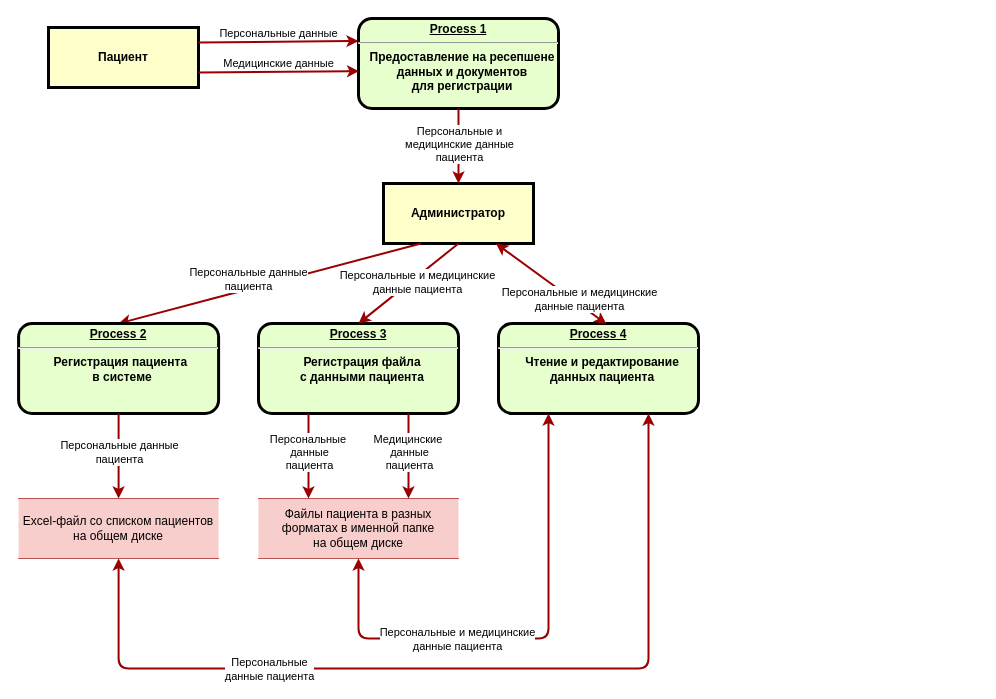
Above: Task1/1.1.Учет-пациентов.drawio in maxoness/architecture-medikamente (draw.io), before the change. Source tidied: cells renumbered, new cells numbered last; positions are measured from the earlier drawing's top-left corner, leaving out a move shared by most shapes. Both pictures are drawn from the tidied source at 100%, with x=0, y=0 at pixel (18, 18).
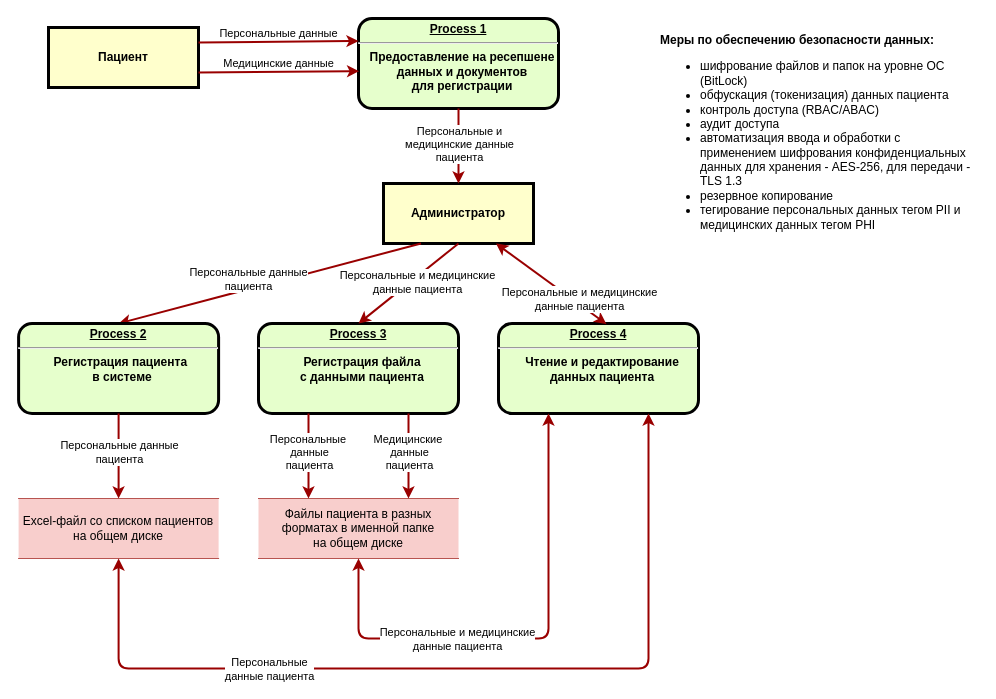
Above is the later version.

Change to the diagram source:
```diff
@@
+    <mxCell id="32" value="&lt;b&gt;Меры по обеспечению безопасности данных:&lt;/b&gt;&lt;div&gt;&lt;ul&gt;&lt;li&gt;шифрование файлов и папок на уровне ОС (BitLock)&lt;/li&gt;&lt;li&gt;обфускация (токенизация) данных пациента&lt;/li&gt;&lt;li&gt;контроль доступа (RBAC/ABAC)&lt;/li&gt;&lt;li&gt;аудит доступа&amp;nbsp;&lt;/li&gt;&lt;li&gt;автоматизация ввода и обработки с применением шифрования конфиденциальных данных для хранения&amp;nbsp;- AES-256, для передачи - TLS 1.3&lt;/li&gt;&lt;li&gt;резервное копирование&lt;/li&gt;&lt;li&gt;тегирование персональных данных тегом PII и медицинских данных тегом PHI&lt;/li&gt;&lt;/ul&gt;&lt;/div&gt;" style="text;html=1;align=left;verticalAlign=middle;whiteSpace=wrap;rounded=0;labelBackgroundColor=default;" parent="1" vertex="1">
+      <mxGeometry x="640" width="320" height="240" as="geometry" />
+    </mxCell>
```
